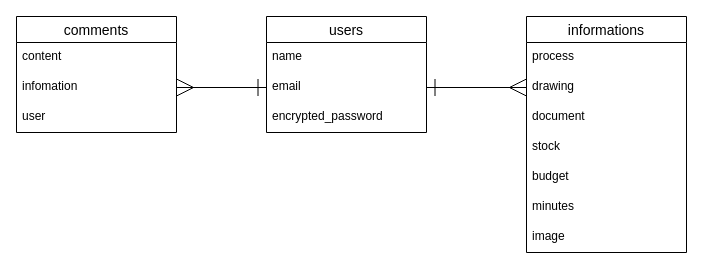
Earlier version of the draw.io diagram monozukuri_manegement.dio (matsumotoyousuke/monozukuri_management). Source tidied: cells renumbered, new cells numbered last; positions are measured from the earlier drawing's top-left corner, leaving out a move shared by most shapes. Both pictures are drawn from the tidied source at 100%, with x=0, y=0 at pixel (16, 16).
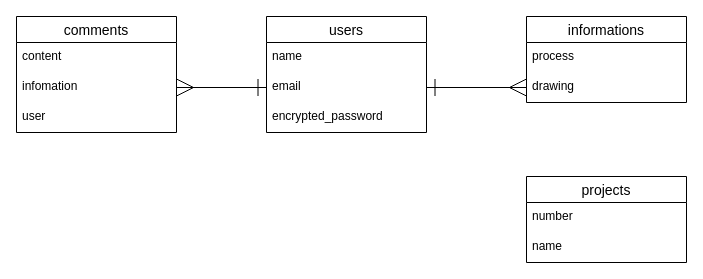
The same page after the edit.

What changed in the source:
```diff
@@
 <mxGraphModel>
   <root>
     <mxCell id="0" />
     <mxCell id="1" parent="0" />
     <mxCell id="2" value="users" style="swimlane;fontStyle=0;horizontal=1;startSize=26;align=center;fontSize=14;" parent="1" vertex="1">
       <mxGeometry x="250" width="160" height="116" as="geometry" />
     </mxCell>
     <mxCell id="3" value="name" style="text;strokeColor=none;fillColor=none;spacingLeft=4;spacingRight=4;overflow=hidden;fontSize=12;" parent="2" vertex="1">
       <mxGeometry y="26" width="160" height="30" as="geometry" />
     </mxCell>
     <mxCell id="4" value="email" style="text;strokeColor=none;fillColor=none;spacingLeft=4;spacingRight=4;overflow=hidden;points=[[0,0.5],[1,0.5]];portConstraint=eastwest;fontSize=12;" parent="2" vertex="1">
       <mxGeometry y="56" width="160" height="30" as="geometry" />
     </mxCell>
     <mxCell id="5" value="encrypted_password" style="text;strokeColor=none;fillColor=none;spacingLeft=4;spacingRight=4;overflow=hidden;fontSize=12;" parent="2" vertex="1">
       <mxGeometry y="86" width="160" height="30" as="geometry" />
     </mxCell>
     <mxCell id="6" value="comments" style="swimlane;fontStyle=0;horizontal=1;startSize=26;align=center;fontSize=14;" parent="1" vertex="1">
       <mxGeometry width="160" height="116" as="geometry" />
     </mxCell>
     <mxCell id="7" value="content" style="text;strokeColor=none;fillColor=none;spacingLeft=4;spacingRight=4;overflow=hidden;fontSize=12;" parent="6" vertex="1">
       <mxGeometry y="26" width="160" height="30" as="geometry" />
     </mxCell>
     <mxCell id="8" value="infomation" style="text;strokeColor=none;fillColor=none;spacingLeft=4;spacingRight=4;overflow=hidden;points=[[0,0.5],[1,0.5]];portConstraint=eastwest;fontSize=12;" parent="6" vertex="1">
       <mxGeometry y="56" width="160" height="30" as="geometry" />
     </mxCell>
     <mxCell id="9" value="user" style="text;strokeColor=none;fillColor=none;spacingLeft=4;spacingRight=4;overflow=hidden;fontSize=12;" parent="6" vertex="1">
       <mxGeometry y="86" width="160" height="30" as="geometry" />
     </mxCell>
     <mxCell id="10" value="informations" style="swimlane;fontStyle=0;horizontal=1;startSize=26;align=center;fontSize=14;" parent="1" vertex="1">
-      <mxGeometry x="510" width="160" height="236" as="geometry" />
+      <mxGeometry x="510" width="160" height="86" as="geometry" />
     </mxCell>
     <mxCell id="11" value="process" style="text;strokeColor=none;fillColor=none;spacingLeft=4;spacingRight=4;overflow=hidden;fontSize=12;" parent="10" vertex="1">
       <mxGeometry y="26" width="160" height="30" as="geometry" />
     </mxCell>
     <mxCell id="12" value="drawing" style="text;strokeColor=none;fillColor=none;spacingLeft=4;spacingRight=4;overflow=hidden;points=[[0,0.5],[1,0.5]];portConstraint=eastwest;fontSize=12;" parent="10" vertex="1">
       <mxGeometry y="56" width="160" height="30" as="geometry" />
     </mxCell>
-    <mxCell id="13" value="document" style="text;strokeColor=none;fillColor=none;spacingLeft=4;spacingRight=4;overflow=hidden;fontSize=12;" parent="10" vertex="1">
-      <mxGeometry y="86" width="160" height="30" as="geometry" />
-    </mxCell>
-    <mxCell id="14" value="stock" style="text;strokeColor=none;fillColor=none;spacingLeft=4;spacingRight=4;overflow=hidden;fontSize=12;" parent="10" vertex="1">
-      <mxGeometry y="116" width="160" height="30" as="geometry" />
-    </mxCell>
-    <mxCell id="15" value="budget" style="text;strokeColor=none;fillColor=none;spacingLeft=4;spacingRight=4;overflow=hidden;fontSize=12;" parent="10" vertex="1">
-      <mxGeometry y="146" width="160" height="30" as="geometry" />
-    </mxCell>
-    <mxCell id="16" value="minutes" style="text;strokeColor=none;fillColor=none;spacingLeft=4;spacingRight=4;overflow=hidden;fontSize=12;" parent="10" vertex="1">
-      <mxGeometry y="176" width="160" height="30" as="geometry" />
-    </mxCell>
-    <mxCell id="17" value="image" style="text;strokeColor=none;fillColor=none;spacingLeft=4;spacingRight=4;overflow=hidden;fontSize=12;" parent="10" vertex="1">
-      <mxGeometry y="206" width="160" height="30" as="geometry" />
-    </mxCell>
     <mxCell id="18" style="edgeStyle=none;html=1;exitX=0;exitY=0.5;exitDx=0;exitDy=0;entryX=1;entryY=0.5;entryDx=0;entryDy=0;startArrow=ERone;startFill=0;endArrow=ERmany;endFill=0;endSize=15;startSize=15;" parent="1" edge="1" source="4" target="8">
       <mxGeometry relative="1" as="geometry" />
     </mxCell>
     <mxCell id="19" style="edgeStyle=none;html=1;exitX=1;exitY=0.5;exitDx=0;exitDy=0;entryX=0;entryY=0.5;entryDx=0;entryDy=0;startArrow=ERone;startFill=0;endArrow=ERmany;endFill=0;startSize=15;endSize=15;" parent="1" edge="1" source="4" target="12">
       <mxGeometry relative="1" as="geometry" />
     </mxCell>
+    <mxCell id="20" value="projects" style="swimlane;fontStyle=0;horizontal=1;startSize=26;align=center;fontSize=14;" parent="1" vertex="1">
+      <mxGeometry x="510" y="160" width="160" height="86" as="geometry" />
+    </mxCell>
+    <mxCell id="21" value="number" style="text;strokeColor=none;fillColor=none;spacingLeft=4;spacingRight=4;overflow=hidden;fontSize=12;" parent="20" vertex="1">
+      <mxGeometry y="26" width="160" height="30" as="geometry" />
+    </mxCell>
+    <mxCell id="22" value="name" style="text;strokeColor=none;fillColor=none;spacingLeft=4;spacingRight=4;overflow=hidden;fontSize=12;" parent="20" vertex="1">
+      <mxGeometry y="56" width="160" height="30" as="geometry" />
+    </mxCell>
   </root>
 </mxGraphModel>
```
